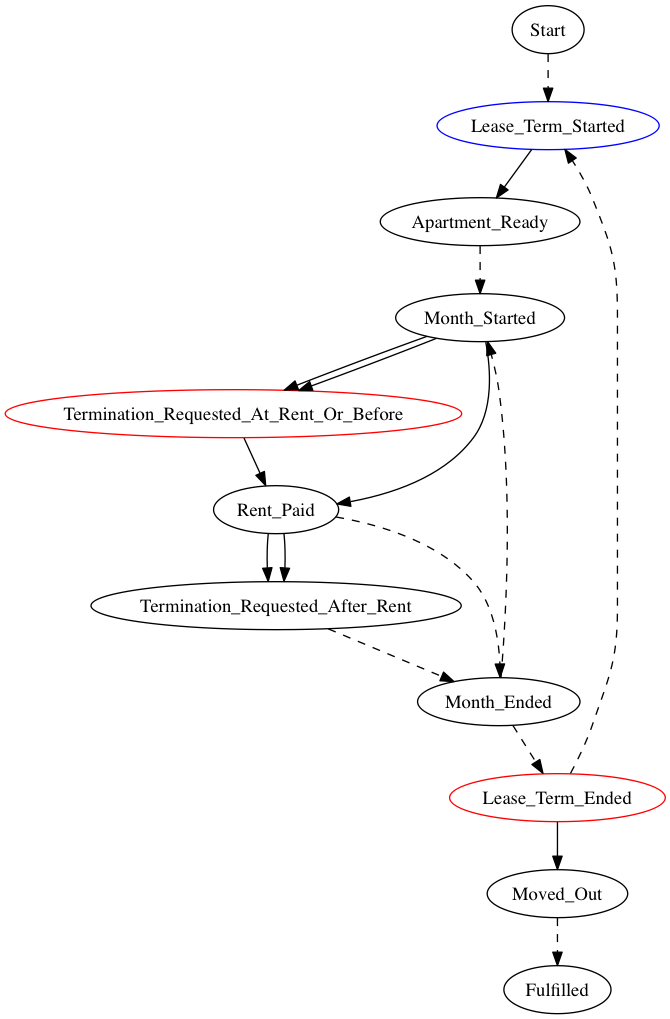
Before: linear_state_machine_language/out/hvitved_lease.png, a diagram exported from Graphviz (Marcao02/complaw-deeptech). Its source is kept beside it as linear_state_machine_language/out/hvitved_lease.dot.
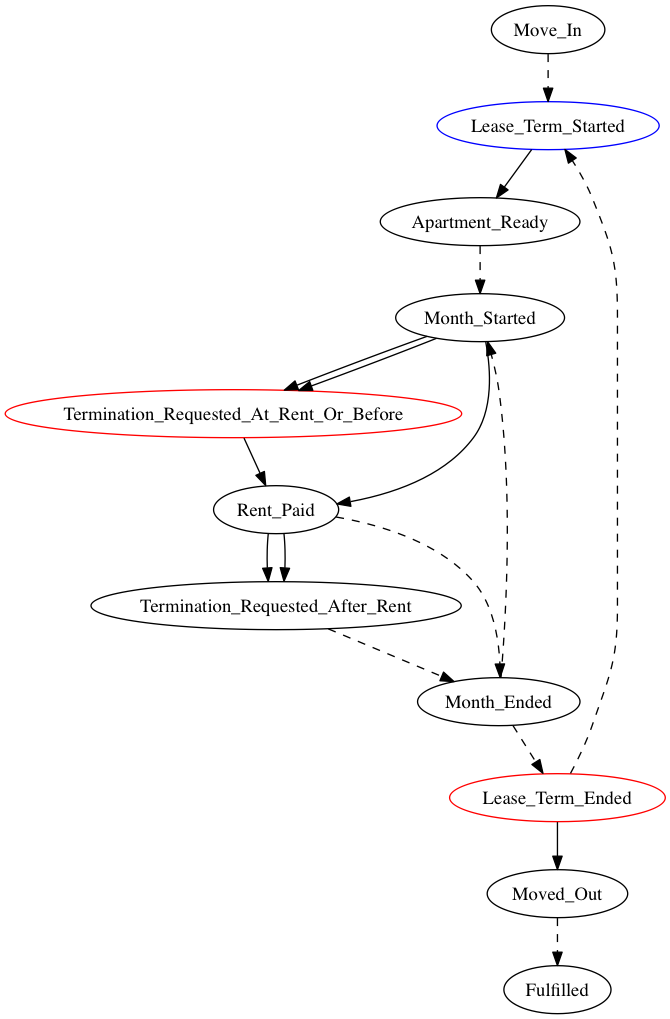
After the change.

Change to the diagram source:
```diff
@@ -1,6 +1,6 @@
 
 digraph Lease_Hvitved {
-	Start[label=Start];
+	Move_In[label=Move_In];
 	Lease_Term_Started[label=Lease_Term_Started,color=Blue];
 	Apartment_Ready[label=Apartment_Ready];
 	Month_Started[label=Month_Started];
@@ -10,7 +10,7 @@
 	Month_Ended[label=Month_Ended];
 	Lease_Term_Ended[label=Lease_Term_Ended,color=Red];
 	Moved_Out[label=Moved_Out];
-	Start -> Lease_Term_Started [style=dashed];
+	Move_In -> Lease_Term_Started [style=dashed];
 	Lease_Term_Started -> Apartment_Ready;
 	Apartment_Ready -> Month_Started [style=dashed];
 	Month_Started -> Termination_Requested_At_Rent_Or_Before;
```
